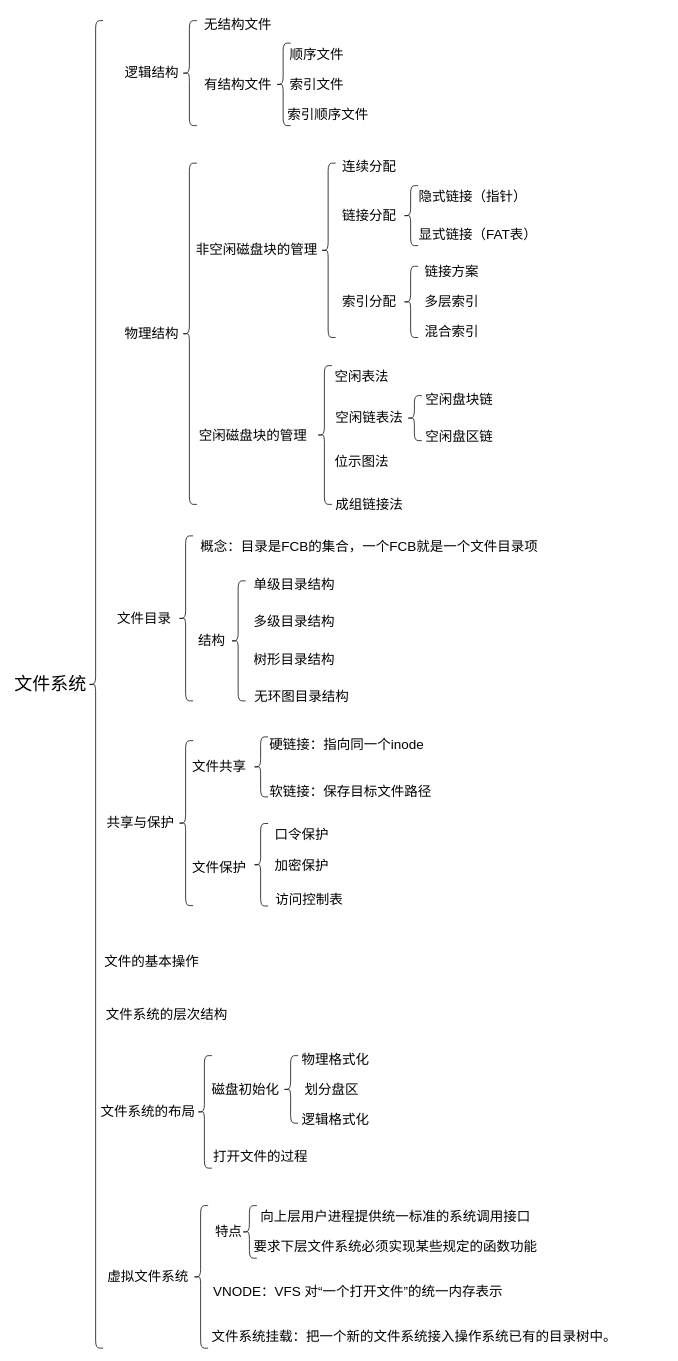
Before: page "第 4 页" (4 of 6) of 操作系统.drawio in 2968392441/draw, a draw.io diagram. Source tidied: cells renumbered, new cells numbered last; positions are measured from the earlier drawing's top-left corner, leaving out a move shared by most shapes. Both pictures are drawn from the tidied source at 75%, with x=0, y=0 at pixel (13, 13).
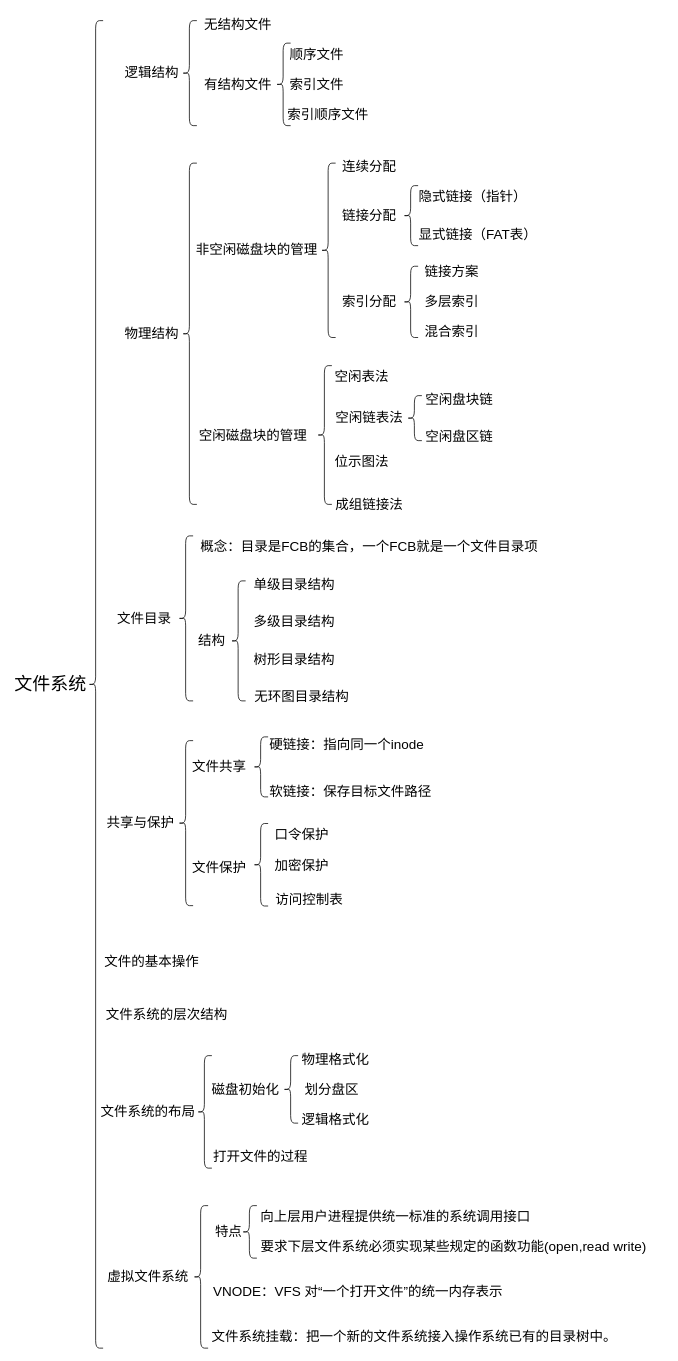
Above is the later version.

Commit message:
更新操作系统.drawio

What changed in the source:
```diff
@@
-    <mxCell id="6" value="&lt;font style=&quot;font-size: 18px;&quot;&gt;要求下层文件系统必须实现某些规定的函数功能&lt;/font&gt;" style="text;html=1;whiteSpace=wrap;strokeColor=none;fillColor=none;align=center;verticalAlign=middle;rounded=0;" parent="1" vertex="1">
-      <mxGeometry x="305" y="1630" width="410" height="30" as="geometry" />
+    <mxCell id="6" value="&lt;font style=&quot;font-size: 18px;&quot;&gt;要求下层文件系统必须实现某些规定的函数功能(open,read write)&lt;/font&gt;" style="text;html=1;whiteSpace=wrap;strokeColor=none;fillColor=none;align=center;verticalAlign=middle;rounded=0;" parent="1" vertex="1">
+      <mxGeometry x="305" y="1630" width="565" height="30" as="geometry" />
     </mxCell>
```
